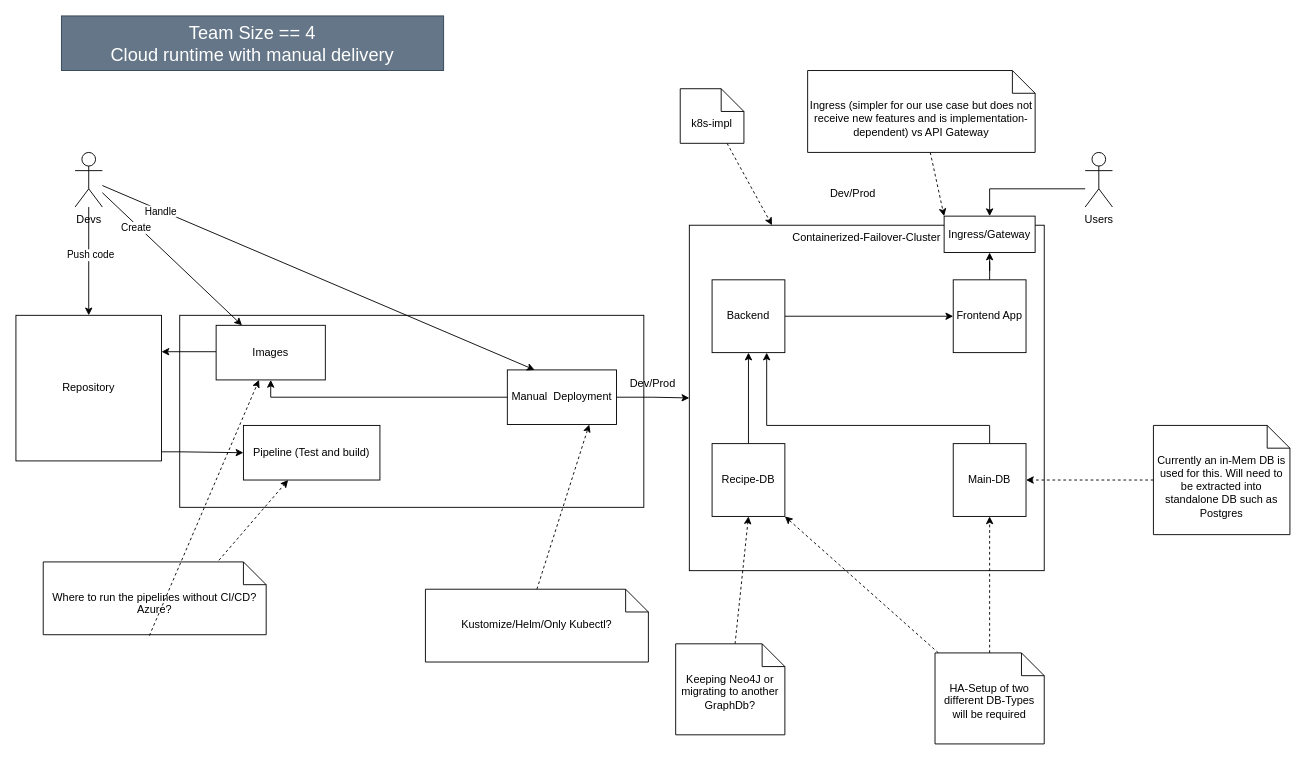
AustrianDataLAB/BeMeal keeps this draw.io diagram as page "Cloud runtime with manual delivery" (1 of 2) of docs/functional-arch.drawio. Above is the earlier version. Source tidied: cells renumbered, new cells numbered last; positions are measured from the earlier drawing's top-left corner, leaving out a move shared by most shapes. Both pictures are drawn from the tidied source at 91%, with x=0, y=0 at pixel (15, 15).
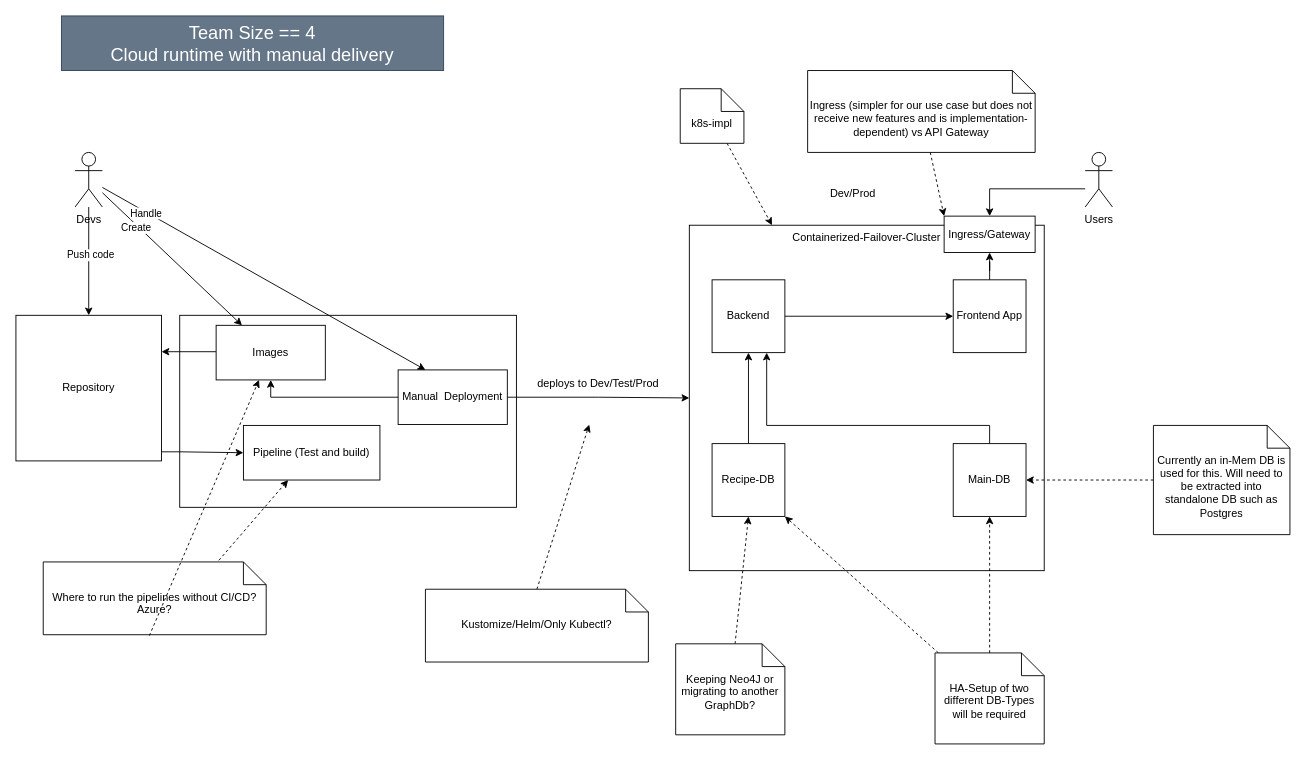
The same page after the edit.

What changed in the source:
```diff
@@
     <mxCell id="2" style="whiteSpace=wrap;html=1;" parent="1" vertex="1">
-      <mxGeometry x="180" y="329" width="510" height="211" as="geometry" />
+      <mxGeometry x="180" y="329" width="370" height="211" as="geometry" />
     </mxCell>
@@
     <mxCell id="6" value="Manual&amp;nbsp; Deployment" style="rounded=0;whiteSpace=wrap;html=1;" parent="1" vertex="1">
-      <mxGeometry x="540" y="389" width="120" height="60" as="geometry" />
+      <mxGeometry x="420" y="389" width="120" height="60" as="geometry" />
     </mxCell>
@@
-    <mxCell id="19" value="Dev/Prod" style="text;html=1;align=center;verticalAlign=middle;whiteSpace=wrap;rounded=0;" parent="1" vertex="1">
-      <mxGeometry x="670" y="389" width="60" height="30" as="geometry" />
+    <mxCell id="19" value="deploys to Dev/Test/Prod" style="text;html=1;align=center;verticalAlign=middle;whiteSpace=wrap;rounded=0;" parent="1" vertex="1">
+      <mxGeometry x="570" y="389" width="140" height="30" as="geometry" />
     </mxCell>
```
